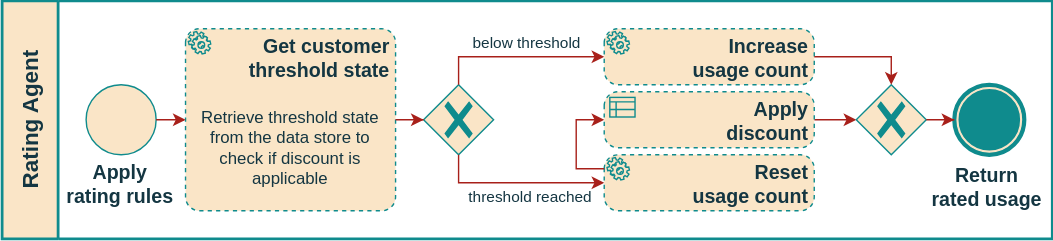
distributed-it-for-telco/distributed-rating-doc keeps this draw.io diagram as src/USE-CASES/UC-03/bpmn.svg. Above is the earlier version. Source tidied: cells renumbered, new cells last; positions are measured from the earlier drawing's top-left corner, leaving out a move shared by most shapes.
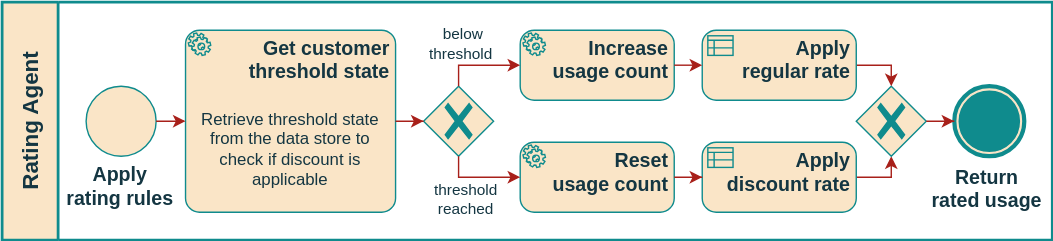
After the commit.

The edit, as a diff of the source:
```diff
@@ -5,55 +5,55 @@
     <mxCell id="2" value="Rating Agent" style="swimlane;html=1;startSize=40;fontStyle=1;horizontal=0;swimlaneLine=1;swimlaneFillColor=#ffffff;strokeWidth=2;whiteSpace=wrap;fillColor=#FAE5C7;strokeColor=#0F8B8D;fontSize=16;fontColor=#143642;labelBackgroundColor=none;" parent="1" vertex="1">
       <mxGeometry width="750" height="170" as="geometry" />
     </mxCell>
-    <mxCell id="3" value="Get customer&lt;br&gt;threshold&amp;nbsp;state" style="points=[[0.25,0,0],[0.5,0,0],[0.75,0,0],[1,0.25,0],[1,0.5,0],[1,0.75,0],[0.75,1,0],[0.5,1,0],[0.25,1,0],[0,0.75,0],[0,0.5,0],[0,0.25,0]];shape=mxgraph.bpmn.task;whiteSpace=wrap;rectStyle=rounded;size=10;html=1;taskMarker=service;strokeColor=#0F8B8D;align=right;verticalAlign=top;spacingRight=2;spacingTop=-2;spacing=2;fontFamily=Helvetica;fontSize=14;fontColor=#143642;fillColor=#FAE5C7;fontStyle=1;labelBackgroundColor=none;bpmnShapeType=subprocess;" parent="2" vertex="1">
+    <mxCell id="3" value="Get customer&lt;br&gt;threshold&amp;nbsp;state" style="points=[[0.25,0,0],[0.5,0,0],[0.75,0,0],[1,0.25,0],[1,0.5,0],[1,0.75,0],[0.75,1,0],[0.5,1,0],[0.25,1,0],[0,0.75,0],[0,0.5,0],[0,0.25,0]];shape=mxgraph.bpmn.task;whiteSpace=wrap;rectStyle=rounded;size=10;html=1;taskMarker=service;strokeColor=#0F8B8D;align=right;verticalAlign=top;spacingRight=2;spacingTop=-2;spacing=2;fontFamily=Helvetica;fontSize=14;fontColor=#143642;fillColor=#FAE5C7;fontStyle=1;labelBackgroundColor=none;bpmnShapeType=task;" parent="2" vertex="1">
       <mxGeometry x="131" y="20" width="150" height="130" as="geometry" />
     </mxCell>
     <mxCell id="4" value="Retrieve&amp;nbsp;threshold&amp;nbsp;state&lt;br&gt;from the data store to&lt;br&gt;check if discount is applicable" style="text;align=center;verticalAlign=middle;strokeColor=none;fillColor=none;fontColor=#143642;labelPosition=center;verticalLabelPosition=middle;overflow=width;comic=0;html=1;whiteSpace=wrap;spacing=2;spacingLeft=0;perimeterSpacing=1;fixedWidth=1;backgroundOutline=0;enumerate=0;fixDash=0;labelPadding=0;noLabel=0;shadow=0;spacingBottom=0;labelBackgroundColor=none;" parent="3" vertex="1">
       <mxGeometry y="40" width="150" height="90" as="geometry" />
     </mxCell>
-    <mxCell id="5" value="Increase&lt;br&gt;usage count" style="points=[[0.25,0,0],[0.5,0,0],[0.75,0,0],[1,0.25,0],[1,0.5,0],[1,0.75,0],[0.75,1,0],[0.5,1,0],[0.25,1,0],[0,0.75,0],[0,0.5,0],[0,0.25,0]];shape=mxgraph.bpmn.task;whiteSpace=wrap;rectStyle=rounded;size=10;html=1;taskMarker=service;strokeColor=#0F8B8D;align=right;verticalAlign=top;spacingRight=2;spacingTop=-2;spacing=2;fontFamily=Helvetica;fontSize=14;fontColor=#143642;fillColor=#FAE5C7;fontStyle=1;labelBackgroundColor=none;bpmnShapeType=subprocess;" parent="2" vertex="1">
-      <mxGeometry x="430" y="20" width="150" height="40" as="geometry" />
+    <mxCell id="5" value="Increase&lt;br&gt;usage count" style="points=[[0.25,0,0],[0.5,0,0],[0.75,0,0],[1,0.25,0],[1,0.5,0],[1,0.75,0],[0.75,1,0],[0.5,1,0],[0.25,1,0],[0,0.75,0],[0,0.5,0],[0,0.25,0]];shape=mxgraph.bpmn.task;whiteSpace=wrap;rectStyle=rounded;size=10;html=1;taskMarker=service;strokeColor=#0F8B8D;align=right;verticalAlign=top;spacingRight=2;spacingTop=-2;spacing=2;fontFamily=Helvetica;fontSize=14;fontColor=#143642;fillColor=#FAE5C7;fontStyle=1;labelBackgroundColor=none;bpmnShapeType=task;" parent="2" vertex="1">
+      <mxGeometry x="370" y="20" width="110" height="50" as="geometry" />
     </mxCell>
     <mxCell id="6" style="points=[[0.25,0.25,0],[0.5,0,0],[0.75,0.25,0],[1,0.5,0],[0.75,0.75,0],[0.5,1,0],[0.25,0.75,0],[0,0.5,0]];shape=mxgraph.bpmn.gateway2;html=1;verticalLabelPosition=bottom;labelBackgroundColor=none;verticalAlign=top;align=center;perimeter=rhombusPerimeter;outlineConnect=0;outline=none;symbol=none;gwType=exclusive;strokeColor=#0F8B8D;fontColor=#143642;fillColor=#FAE5C7;" parent="2" vertex="1">
       <mxGeometry x="301" y="60" width="50" height="50" as="geometry" />
     </mxCell>
-    <mxCell id="7" value="Reset&lt;br&gt;usage count" style="points=[[0.25,0,0],[0.5,0,0],[0.75,0,0],[1,0.25,0],[1,0.5,0],[1,0.75,0],[0.75,1,0],[0.5,1,0],[0.25,1,0],[0,0.75,0],[0,0.5,0],[0,0.25,0]];shape=mxgraph.bpmn.task;whiteSpace=wrap;rectStyle=rounded;size=10;html=1;taskMarker=service;strokeColor=#0F8B8D;align=right;verticalAlign=top;spacingRight=2;spacingTop=-2;spacing=2;fontFamily=Helvetica;fontSize=14;fontColor=#143642;fillColor=#FAE5C7;fontStyle=1;labelBackgroundColor=none;bpmnShapeType=subprocess;" parent="2" vertex="1">
-      <mxGeometry x="430" y="110" width="150" height="40" as="geometry" />
+    <mxCell id="7" value="Reset&lt;br&gt;usage count" style="points=[[0.25,0,0],[0.5,0,0],[0.75,0,0],[1,0.25,0],[1,0.5,0],[1,0.75,0],[0.75,1,0],[0.5,1,0],[0.25,1,0],[0,0.75,0],[0,0.5,0],[0,0.25,0]];shape=mxgraph.bpmn.task;whiteSpace=wrap;rectStyle=rounded;size=10;html=1;taskMarker=service;strokeColor=#0F8B8D;align=right;verticalAlign=top;spacingRight=2;spacingTop=-2;spacing=2;fontFamily=Helvetica;fontSize=14;fontColor=#143642;fillColor=#FAE5C7;fontStyle=1;labelBackgroundColor=none;bpmnShapeType=task;" parent="2" vertex="1">
+      <mxGeometry x="370" y="100" width="110" height="50" as="geometry" />
     </mxCell>
-    <mxCell id="8" style="edgeStyle=orthogonalEdgeStyle;rounded=0;jettySize=auto;html=1;strokeColor=#A8201A;fontColor=default;fillColor=#FAE5C7;exitX=1;exitY=0.5;exitDx=0;exitDy=0;exitPerimeter=0;entryX=0;entryY=0.5;entryDx=0;entryDy=0;entryPerimeter=0;labelBackgroundColor=none;" parent="2" edge="1" source="9" target="15">
+    <mxCell id="8" style="edgeStyle=orthogonalEdgeStyle;rounded=0;jettySize=auto;html=1;strokeColor=#A8201A;fontColor=default;fillColor=#FAE5C7;exitX=1;exitY=0.5;exitDx=0;exitDy=0;exitPerimeter=0;entryX=0.5;entryY=1;entryDx=0;entryDy=0;entryPerimeter=0;labelBackgroundColor=none;" parent="2" edge="1" source="9" target="15">
       <mxGeometry relative="1" as="geometry" />
     </mxCell>
-    <mxCell id="9" value="Apply&lt;br&gt;discount" style="points=[[0.25,0,0],[0.5,0,0],[0.75,0,0],[1,0.25,0],[1,0.5,0],[1,0.75,0],[0.75,1,0],[0.5,1,0],[0.25,1,0],[0,0.75,0],[0,0.5,0],[0,0.25,0]];shape=mxgraph.bpmn.task;whiteSpace=wrap;rectStyle=rounded;size=10;html=1;taskMarker=businessRule;strokeColor=#0F8B8D;align=right;verticalAlign=top;spacingRight=2;spacingTop=-2;spacing=2;fontFamily=Helvetica;fontSize=14;fontColor=#143642;fillColor=#FAE5C7;fontStyle=1;labelBackgroundColor=none;bpmnShapeType=subprocess;" parent="2" vertex="1">
-      <mxGeometry x="430" y="65" width="150" height="40" as="geometry" />
+    <mxCell id="9" value="Apply&lt;br&gt;discount rate" style="points=[[0.25,0,0],[0.5,0,0],[0.75,0,0],[1,0.25,0],[1,0.5,0],[1,0.75,0],[0.75,1,0],[0.5,1,0],[0.25,1,0],[0,0.75,0],[0,0.5,0],[0,0.25,0]];shape=mxgraph.bpmn.task;whiteSpace=wrap;rectStyle=rounded;size=10;html=1;taskMarker=businessRule;strokeColor=#0F8B8D;align=right;verticalAlign=top;spacingRight=2;spacingTop=-2;spacing=2;fontFamily=Helvetica;fontSize=14;fontColor=#143642;fillColor=#FAE5C7;fontStyle=1;labelBackgroundColor=none;bpmnShapeType=task;" parent="2" vertex="1">
+      <mxGeometry x="500" y="100" width="110" height="50" as="geometry" />
     </mxCell>
     <mxCell id="10" style="rounded=0;jettySize=auto;html=1;strokeColor=#A8201A;fontColor=default;fillColor=#FAE5C7;exitX=0.5;exitY=0;exitDx=0;exitDy=0;exitPerimeter=0;entryX=0;entryY=0.5;entryDx=0;entryDy=0;entryPerimeter=0;edgeStyle=orthogonalEdgeStyle;elbow=vertical;labelBackgroundColor=none;" parent="2" edge="1" source="6" target="5">
-      <mxGeometry relative="1" as="geometry" />
+      <mxGeometry relative="1" as="geometry">
+        <Array as="points">
+          <mxPoint x="326" y="45" />
+        </Array>
+      </mxGeometry>
     </mxCell>
-    <mxCell id="11" value="below threshold&amp;nbsp;" style="edgeLabel;html=1;align=center;verticalAlign=middle;fontColor=#143642;labelBackgroundColor=none;" parent="10" vertex="1">
+    <mxCell id="11" value="below&lt;br&gt;threshold&amp;nbsp;" style="edgeLabel;html=1;align=center;verticalAlign=middle;fontColor=#143642;labelBackgroundColor=none;" parent="10" vertex="1">
       <mxGeometry x="0.03" y="1" relative="1" as="geometry">
-        <mxPoint x="5" y="-9" as="offset" />
+        <mxPoint x="-13" y="-15" as="offset" />
       </mxGeometry>
     </mxCell>
     <mxCell id="12" style="rounded=0;jettySize=auto;html=1;entryX=0;entryY=0.5;entryDx=0;entryDy=0;entryPerimeter=0;strokeColor=#A8201A;fontColor=default;fillColor=#FAE5C7;labelBackgroundColor=none;exitX=0.5;exitY=1;exitDx=0;exitDy=0;exitPerimeter=0;edgeStyle=orthogonalEdgeStyle;" parent="2" edge="1" source="6" target="7">
-      <mxGeometry relative="1" as="geometry" />
+      <mxGeometry relative="1" as="geometry">
+        <Array as="points">
+          <mxPoint x="326" y="125" />
+        </Array>
+      </mxGeometry>
     </mxCell>
-    <mxCell id="13" value="threshold reached" style="edgeLabel;html=1;align=center;verticalAlign=middle;fontColor=#143642;labelBackgroundColor=none;" parent="12" vertex="1">
+    <mxCell id="13" value="threshold&lt;br&gt;reached" style="edgeLabel;html=1;align=center;verticalAlign=middle;fontColor=#143642;labelBackgroundColor=none;" parent="12" vertex="1">
       <mxGeometry x="0.31" y="1" relative="1" as="geometry">
-        <mxPoint x="-10" y="11" as="offset" />
+        <mxPoint x="-20" y="16" as="offset" />
       </mxGeometry>
     </mxCell>
-    <mxCell id="14" style="edgeStyle=orthogonalEdgeStyle;rounded=0;jettySize=auto;html=1;entryX=0;entryY=0.5;entryDx=0;entryDy=0;entryPerimeter=0;strokeColor=#A8201A;fontColor=default;fillColor=#FAE5C7;exitX=0;exitY=0.25;exitDx=0;exitDy=0;exitPerimeter=0;labelBackgroundColor=none;" parent="2" edge="1" source="7" target="9">
-      <mxGeometry relative="1" as="geometry">
-        <Array as="points">
-          <mxPoint x="410" y="120" />
-          <mxPoint x="410" y="85" />
-        </Array>
-      </mxGeometry>
-    </mxCell>
     <mxCell id="15" style="points=[[0.25,0.25,0],[0.5,0,0],[0.75,0.25,0],[1,0.5,0],[0.75,0.75,0],[0.5,1,0],[0.25,0.75,0],[0,0.5,0]];shape=mxgraph.bpmn.gateway2;html=1;verticalLabelPosition=bottom;labelBackgroundColor=none;verticalAlign=top;align=center;perimeter=rhombusPerimeter;outlineConnect=0;outline=standard;symbol=general;gwType=exclusive;strokeColor=#0F8B8D;fontColor=#143642;fillColor=#FAE5C7;" parent="2" vertex="1">
       <mxGeometry x="610" y="60" width="50" height="50" as="geometry" />
     </mxCell>
-    <mxCell id="16" style="edgeStyle=orthogonalEdgeStyle;rounded=0;jettySize=auto;html=1;entryX=0.5;entryY=0;entryDx=0;entryDy=0;entryPerimeter=0;strokeColor=#A8201A;fontColor=default;fillColor=#FAE5C7;exitX=1;exitY=0.5;exitDx=0;exitDy=0;exitPerimeter=0;labelBackgroundColor=none;" parent="2" edge="1" source="5" target="15">
+    <mxCell id="16" style="edgeStyle=orthogonalEdgeStyle;rounded=0;jettySize=auto;html=1;entryX=0.5;entryY=0;entryDx=0;entryDy=0;entryPerimeter=0;strokeColor=#A8201A;fontColor=default;fillColor=#FAE5C7;exitX=1;exitY=0.5;exitDx=0;exitDy=0;exitPerimeter=0;labelBackgroundColor=none;" parent="2" edge="1" source="22" target="15">
       <mxGeometry relative="1" as="geometry" />
     </mxCell>
     <mxCell id="17" value="&lt;div style=&quot;&quot;&gt;Apply&lt;br&gt;rating rules&lt;/div&gt;" style="points=[[0.145,0.145,0],[0.5,0,0],[0.855,0.145,0],[1,0.5,0],[0.855,0.855,0],[0.5,1,0],[0.145,0.855,0],[0,0.5,0]];shape=mxgraph.bpmn.event;html=1;verticalLabelPosition=bottom;labelBackgroundColor=none;verticalAlign=top;align=center;perimeter=ellipsePerimeter;outlineConnect=0;outline=eventInt;symbol=general;strokeColor=#0F8B8D;spacingRight=2;spacingTop=-2;spacing=2;fontFamily=Helvetica;fontSize=14;fontColor=#143642;fillColor=#FAE5C7;fontStyle=1;" parent="2" vertex="1">
@@ -71,5 +71,14 @@
     <mxCell id="21" style="edgeStyle=orthogonalEdgeStyle;rounded=0;jettySize=auto;html=1;entryX=0;entryY=0.5;entryDx=0;entryDy=0;entryPerimeter=0;strokeColor=#A8201A;fontColor=#143642;fillColor=#FAE5C7;" parent="2" edge="1" source="3" target="6">
       <mxGeometry relative="1" as="geometry" />
     </mxCell>
+    <mxCell id="14" style="edgeStyle=orthogonalEdgeStyle;rounded=0;jettySize=auto;html=1;entryX=0;entryY=0.5;entryDx=0;entryDy=0;entryPerimeter=0;strokeColor=#A8201A;fontColor=#143642;fillColor=#FAE5C7;" parent="2" edge="1" source="7" target="9">
+      <mxGeometry relative="1" as="geometry" />
+    </mxCell>
+    <mxCell id="22" value="Apply&lt;br&gt;regular rate" style="points=[[0.25,0,0],[0.5,0,0],[0.75,0,0],[1,0.25,0],[1,0.5,0],[1,0.75,0],[0.75,1,0],[0.5,1,0],[0.25,1,0],[0,0.75,0],[0,0.5,0],[0,0.25,0]];shape=mxgraph.bpmn.task;whiteSpace=wrap;rectStyle=rounded;size=10;html=1;taskMarker=businessRule;strokeColor=#0F8B8D;align=right;verticalAlign=top;spacingRight=2;spacingTop=-2;spacing=2;fontFamily=Helvetica;fontSize=14;fontColor=#143642;fillColor=#FAE5C7;fontStyle=1;labelBackgroundColor=none;bpmnShapeType=task;" parent="2" vertex="1">
+      <mxGeometry x="500" y="20" width="110" height="50" as="geometry" />
+    </mxCell>
+    <mxCell id="23" style="edgeStyle=orthogonalEdgeStyle;rounded=0;jettySize=auto;html=1;entryX=0;entryY=0.5;entryDx=0;entryDy=0;entryPerimeter=0;strokeColor=#A8201A;fontColor=default;fillColor=#FAE5C7;exitX=1;exitY=0.5;exitDx=0;exitDy=0;exitPerimeter=0;labelBackgroundColor=none;" parent="2" edge="1" source="5" target="22">
+      <mxGeometry relative="1" as="geometry" />
+    </mxCell>
   </root>
 </mxGraphModel>
```
